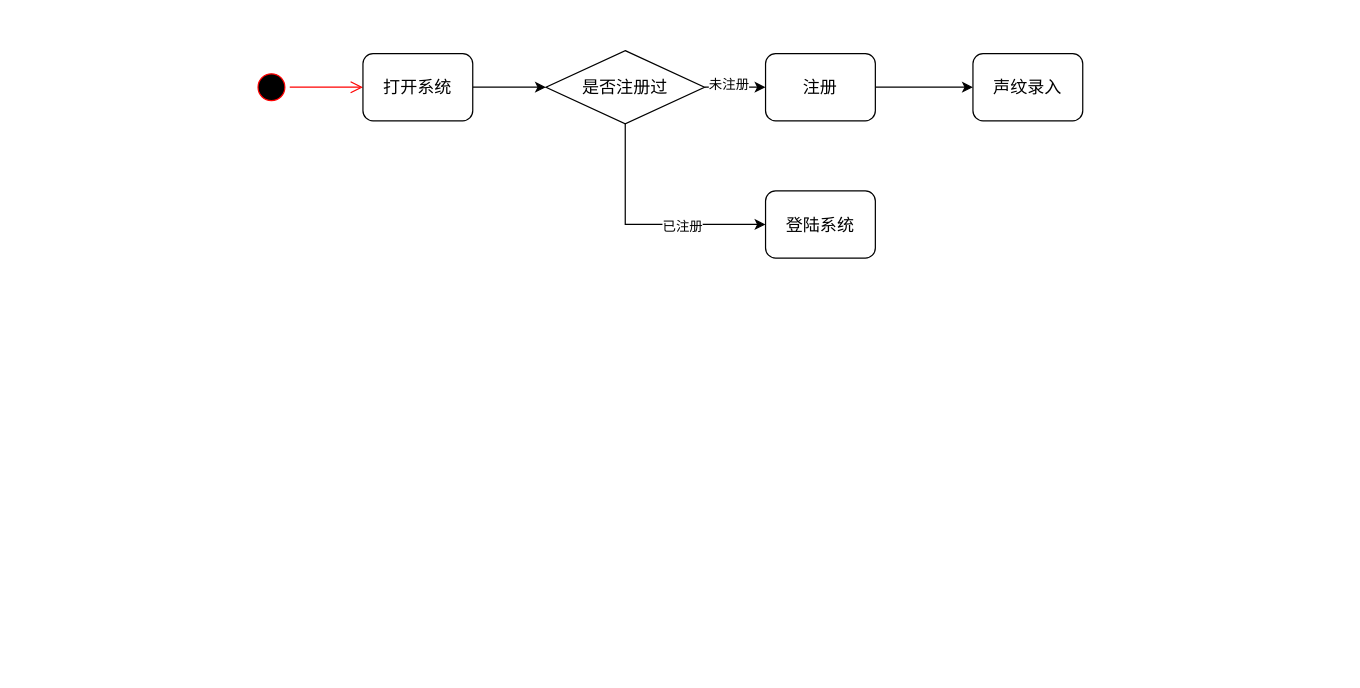
The draw.io diagram 功能模块活动关系图.drawio in Chuhan1112/Chuhan1112.github.io, before the edit. Source tidied: cells renumbered, new cells numbered last; positions are measured from the earlier drawing's top-left corner, leaving out a move shared by most shapes. Both pictures are drawn from the tidied source at 122%, with x=0, y=0 at pixel (253, 50).
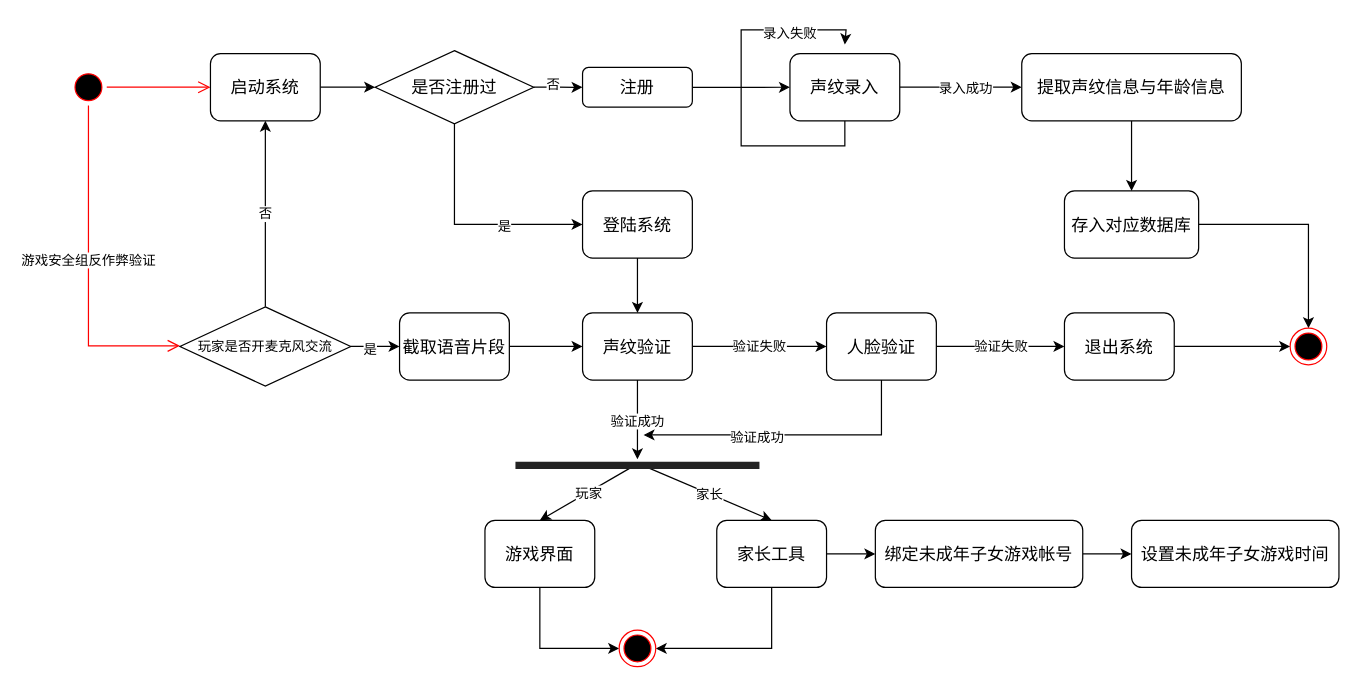
The same diagram, later.

Commit message:
更新功能模块活动关系图.drawio

Unchanged cells that the change refers to:
```xml
<mxCell id="6" style="edgeStyle=orthogonalEdgeStyle;rounded=0;jettySize=auto;html=1;exitX=1;exitY=0.5;exitDx=0;exitDy=0;entryX=0;entryY=0.5;entryDx=0;entryDy=0;" parent="1" edge="1" source="10" target="12">
  <mxGeometry relative="1" as="geometry" />
</mxCell>
<mxCell id="8" style="edgeStyle=orthogonalEdgeStyle;rounded=0;jettySize=auto;html=1;exitX=0.5;exitY=1;exitDx=0;exitDy=0;entryX=0;entryY=0.5;entryDx=0;entryDy=0;" parent="1" edge="1" source="10" target="14">
  <mxGeometry relative="1" as="geometry" />
</mxCell>
```

Diff of the diagram source:
```diff
@@
     <mxCell id="2" style="ellipse;html=1;shape=startState;fillColor=#000000;strokeColor=#ff0000;" parent="1" vertex="1">
-      <mxGeometry y="15" width="30" height="30" as="geometry" />
+      <mxGeometry x="-150" y="15" width="30" height="30" as="geometry" />
     </mxCell>
@@
-    <mxCell id="5" value="&lt;font style=&quot;font-size: 14px;&quot; face=&quot;Lucida Console&quot;&gt;打开系统&lt;/font&gt;" style="rounded=1;whiteSpace=wrap;html=1;" parent="1" vertex="1">
-      <mxGeometry x="90" y="2.5" width="90" height="55" as="geometry" />
+    <mxCell id="5" value="&lt;font style=&quot;font-size: 14px;&quot; face=&quot;Lucida Console&quot;&gt;启动系统&lt;/font&gt;" style="rounded=1;whiteSpace=wrap;html=1;" parent="1" vertex="1">
+      <mxGeometry x="-35" y="2.5" width="90" height="55" as="geometry" />
     </mxCell>
@@
-    <mxCell id="7" value="未注册" style="edgeLabel;html=1;align=center;verticalAlign=middle;" parent="6" vertex="1">
+    <mxCell id="7" value="否" style="edgeLabel;html=1;align=center;verticalAlign=middle;" parent="6" vertex="1">
       <mxGeometry x="-0.24" y="3" relative="1" as="geometry" />
     </mxCell>
@@
-    <mxCell id="9" value="已注册" style="edgeLabel;html=1;align=center;verticalAlign=middle;" parent="8" vertex="1">
+    <mxCell id="9" value="是" style="edgeLabel;html=1;align=center;verticalAlign=middle;" parent="8" vertex="1">
       <mxGeometry x="0.31" relative="1" as="geometry">
         <mxPoint y="1" as="offset" />
       </mxGeometry>
     </mxCell>
     <mxCell id="10" value="&lt;font style=&quot;font-size: 14px;&quot; face=&quot;Lucida Console&quot;&gt;是否注册过&lt;/font&gt;" style="rhombus;whiteSpace=wrap;html=1;" parent="1" vertex="1">
-      <mxGeometry x="240" width="130" height="60" as="geometry" />
+      <mxGeometry x="100" width="130" height="60" as="geometry" />
     </mxCell>
@@
     <mxCell id="12" value="&lt;font face=&quot;Lucida Console&quot;&gt;&lt;span style=&quot;font-size: 14px;&quot;&gt;注册&lt;/span&gt;&lt;/font&gt;" style="rounded=1;whiteSpace=wrap;html=1;" parent="1" vertex="1">
-      <mxGeometry x="420" y="2.5" width="90" height="55" as="geometry" />
+      <mxGeometry x="270" y="13.8" width="90" height="32.5" as="geometry" />
     </mxCell>
+    <mxCell id="15" style="edgeStyle=orthogonalEdgeStyle;rounded=0;jettySize=auto;html=1;exitX=1;exitY=0.5;exitDx=0;exitDy=0;entryX=0;entryY=0.5;entryDx=0;entryDy=0;" parent="1" edge="1" source="13" target="21">
+      <mxGeometry relative="1" as="geometry" />
+    </mxCell>
+    <mxCell id="16" value="录入成功" style="edgeLabel;html=1;align=center;verticalAlign=middle;" parent="15" vertex="1">
+      <mxGeometry x="0.06" relative="1" as="geometry" />
+    </mxCell>
+    <mxCell id="17" style="edgeStyle=orthogonalEdgeStyle;rounded=0;jettySize=auto;html=1;exitX=0.5;exitY=1;exitDx=0;exitDy=0;" parent="1" edge="1" source="13">
+      <mxGeometry relative="1" as="geometry">
+        <mxPoint x="485" y="-5" as="targetPoint" />
+        <Array as="points">
+          <mxPoint x="485" y="78" />
+          <mxPoint x="400" y="78" />
+          <mxPoint x="400" y="-17" />
+          <mxPoint x="486" y="-17" />
+        </Array>
+      </mxGeometry>
+    </mxCell>
+    <mxCell id="18" value="录入失败" style="edgeLabel;html=1;align=center;verticalAlign=middle;" parent="17" vertex="1">
+      <mxGeometry x="0.61" y="-2" relative="1" as="geometry" />
+    </mxCell>
     <mxCell id="13" value="&lt;font face=&quot;Lucida Console&quot;&gt;&lt;span style=&quot;font-size: 14px;&quot;&gt;声纹录入&lt;/span&gt;&lt;/font&gt;" style="rounded=1;whiteSpace=wrap;html=1;" parent="1" vertex="1">
-      <mxGeometry x="590" y="2.5" width="90" height="55" as="geometry" />
+      <mxGeometry x="440" y="2.5" width="90" height="55" as="geometry" />
     </mxCell>
+    <mxCell id="19" style="edgeStyle=orthogonalEdgeStyle;rounded=0;jettySize=auto;html=1;exitX=0.5;exitY=1;exitDx=0;exitDy=0;" parent="1" edge="1" source="14" target="29">
+      <mxGeometry relative="1" as="geometry" />
+    </mxCell>
     <mxCell id="14" value="&lt;font face=&quot;Lucida Console&quot;&gt;&lt;span style=&quot;font-size: 14px;&quot;&gt;登陆系统&lt;/span&gt;&lt;/font&gt;" style="rounded=1;whiteSpace=wrap;html=1;" parent="1" vertex="1">
-      <mxGeometry x="420" y="115" width="90" height="55" as="geometry" />
+      <mxGeometry x="270" y="115" width="90" height="55" as="geometry" />
     </mxCell>
+    <mxCell id="20" style="edgeStyle=orthogonalEdgeStyle;rounded=0;jettySize=auto;html=1;exitX=0.5;exitY=1;exitDx=0;exitDy=0;entryX=0.5;entryY=0;entryDx=0;entryDy=0;" parent="1" edge="1" source="21" target="23">
+      <mxGeometry relative="1" as="geometry" />
+    </mxCell>
+    <mxCell id="21" value="&lt;font face=&quot;Lucida Console&quot;&gt;&lt;span style=&quot;font-size: 14px;&quot;&gt;提取声纹信息与年龄信息&lt;/span&gt;&lt;/font&gt;" style="rounded=1;whiteSpace=wrap;html=1;" parent="1" vertex="1">
+      <mxGeometry x="630" y="2.5" width="180" height="55" as="geometry" />
+    </mxCell>
+    <mxCell id="22" style="edgeStyle=orthogonalEdgeStyle;rounded=0;jettySize=auto;html=1;entryX=0.5;entryY=0;entryDx=0;entryDy=0;" parent="1" edge="1" source="23" target="34">
+      <mxGeometry relative="1" as="geometry" />
+    </mxCell>
+    <mxCell id="23" value="&lt;font face=&quot;Lucida Console&quot;&gt;&lt;span style=&quot;font-size: 14px;&quot;&gt;存入对应数据库&lt;/span&gt;&lt;/font&gt;" style="rounded=1;whiteSpace=wrap;html=1;" parent="1" vertex="1">
+      <mxGeometry x="665" y="115" width="110" height="55" as="geometry" />
+    </mxCell>
+    <mxCell id="24" style="edgeStyle=orthogonalEdgeStyle;rounded=0;jettySize=auto;html=1;exitX=0.5;exitY=1;exitDx=0;exitDy=0;entryX=0;entryY=0.5;entryDx=0;entryDy=0;" parent="1" edge="1" source="25" target="56">
+      <mxGeometry relative="1" as="geometry" />
+    </mxCell>
+    <mxCell id="25" value="&lt;font face=&quot;Lucida Console&quot;&gt;&lt;span style=&quot;font-size: 14px;&quot;&gt;游戏界面&lt;/span&gt;&lt;/font&gt;" style="rounded=1;whiteSpace=wrap;html=1;" parent="1" vertex="1">
+      <mxGeometry x="190" y="385" width="90" height="55" as="geometry" />
+    </mxCell>
+    <mxCell id="26" style="edgeStyle=orthogonalEdgeStyle;rounded=0;jettySize=auto;html=1;exitX=0.5;exitY=1;exitDx=0;exitDy=0;" parent="1" edge="1" source="29">
+      <mxGeometry relative="1" as="geometry">
+        <mxPoint x="315" y="335" as="targetPoint" />
+      </mxGeometry>
+    </mxCell>
+    <mxCell id="27" value="验证成功" style="edgeLabel;html=1;align=center;verticalAlign=middle;" parent="26" vertex="1">
+      <mxGeometry x="-0.01" y="-1" relative="1" as="geometry">
+        <mxPoint y="1" as="offset" />
+      </mxGeometry>
+    </mxCell>
+    <mxCell id="28" value="验证失败" style="edgeStyle=orthogonalEdgeStyle;rounded=0;jettySize=auto;html=1;exitX=1;exitY=0.5;exitDx=0;exitDy=0;entryX=0;entryY=0.5;entryDx=0;entryDy=0;" parent="1" edge="1" source="29" target="33">
+      <mxGeometry relative="1" as="geometry">
+        <Array as="points">
+          <mxPoint x="410" y="243" />
+          <mxPoint x="410" y="243" />
+        </Array>
+      </mxGeometry>
+    </mxCell>
+    <mxCell id="29" value="&lt;font face=&quot;Lucida Console&quot;&gt;&lt;span style=&quot;font-size: 14px;&quot;&gt;声纹验证&lt;/span&gt;&lt;/font&gt;" style="rounded=1;whiteSpace=wrap;html=1;" parent="1" vertex="1">
+      <mxGeometry x="270" y="215" width="90" height="55" as="geometry" />
+    </mxCell>
+    <mxCell id="30" value="验证失败" style="edgeStyle=orthogonalEdgeStyle;rounded=0;jettySize=auto;html=1;exitX=1;exitY=0.5;exitDx=0;exitDy=0;entryX=0;entryY=0.5;entryDx=0;entryDy=0;" parent="1" edge="1" source="33" target="36">
+      <mxGeometry relative="1" as="geometry" />
+    </mxCell>
+    <mxCell id="31" style="edgeStyle=orthogonalEdgeStyle;rounded=0;jettySize=auto;html=1;exitX=0.5;exitY=1;exitDx=0;exitDy=0;" parent="1" edge="1" source="33">
+      <mxGeometry relative="1" as="geometry">
+        <mxPoint x="320" y="315" as="targetPoint" />
+        <Array as="points">
+          <mxPoint x="515" y="315" />
+        </Array>
+      </mxGeometry>
+    </mxCell>
+    <mxCell id="32" value="验证成功" style="edgeLabel;html=1;align=center;verticalAlign=middle;" parent="31" vertex="1">
+      <mxGeometry x="0.23" y="1" relative="1" as="geometry" />
+    </mxCell>
+    <mxCell id="33" value="&lt;font face=&quot;Lucida Console&quot;&gt;&lt;span style=&quot;font-size: 14px;&quot;&gt;人脸验证&lt;/span&gt;&lt;/font&gt;" style="rounded=1;whiteSpace=wrap;html=1;" parent="1" vertex="1">
+      <mxGeometry x="470" y="215" width="90" height="55" as="geometry" />
+    </mxCell>
+    <mxCell id="34" style="ellipse;html=1;shape=endState;fillColor=#000000;strokeColor=#ff0000;" parent="1" vertex="1">
+      <mxGeometry x="850" y="227.5" width="30" height="30" as="geometry" />
+    </mxCell>
+    <mxCell id="35" style="edgeStyle=orthogonalEdgeStyle;rounded=0;jettySize=auto;html=1;entryX=0;entryY=0.5;entryDx=0;entryDy=0;" parent="1" edge="1" source="36" target="34">
+      <mxGeometry relative="1" as="geometry" />
+    </mxCell>
+    <mxCell id="36" value="&lt;font face=&quot;Lucida Console&quot;&gt;&lt;span style=&quot;font-size: 14px;&quot;&gt;退出系统&lt;/span&gt;&lt;/font&gt;" style="rounded=1;whiteSpace=wrap;html=1;" parent="1" vertex="1">
+      <mxGeometry x="665" y="215" width="90" height="55" as="geometry" />
+    </mxCell>
+    <mxCell id="37" style="line;strokeWidth=1;fillColor=none;align=left;verticalAlign=middle;spacingTop=-1;spacingLeft=3;spacingRight=3;labelPosition=right;points=[];portConstraint=eastwest;strokeColor=inherit;" parent="1" vertex="1">
+      <mxGeometry x="287.5" y="335" width="55" height="8" as="geometry" />
+    </mxCell>
+    <mxCell id="38" style="edgeStyle=orthogonalEdgeStyle;rounded=0;jettySize=auto;html=1;exitX=1;exitY=0.5;exitDx=0;exitDy=0;entryX=0;entryY=0.5;entryDx=0;entryDy=0;" parent="1" edge="1" source="40" target="55">
+      <mxGeometry relative="1" as="geometry" />
+    </mxCell>
+    <mxCell id="39" style="edgeStyle=orthogonalEdgeStyle;rounded=0;jettySize=auto;html=1;exitX=0.5;exitY=1;exitDx=0;exitDy=0;entryX=1;entryY=0.5;entryDx=0;entryDy=0;" parent="1" edge="1" source="40" target="56">
+      <mxGeometry relative="1" as="geometry" />
+    </mxCell>
+    <mxCell id="40" value="&lt;font face=&quot;Lucida Console&quot;&gt;&lt;span style=&quot;font-size: 14px;&quot;&gt;家长工具&lt;/span&gt;&lt;/font&gt;" style="rounded=1;whiteSpace=wrap;html=1;" parent="1" vertex="1">
+      <mxGeometry x="380" y="385" width="90" height="55" as="geometry" />
+    </mxCell>
+    <mxCell id="41" style="endArrow=classic;html=1;rounded=0;exitX=0.427;exitY=0.75;exitDx=0;exitDy=0;exitPerimeter=0;entryX=0.5;entryY=0;entryDx=0;entryDy=0;" parent="1" edge="1" source="37" target="25">
+      <mxGeometry relative="1" as="geometry" />
+    </mxCell>
+    <mxCell id="42" value="玩家" style="edgeLabel;html=1;align=center;verticalAlign=middle;" parent="41" vertex="1">
+      <mxGeometry x="-0.05" relative="1" as="geometry" />
+    </mxCell>
+    <mxCell id="43" style="endArrow=classic;html=1;rounded=0;exitX=0.664;exitY=0.875;exitDx=0;exitDy=0;exitPerimeter=0;entryX=0.5;entryY=0;entryDx=0;entryDy=0;" parent="1" edge="1" source="37" target="40">
+      <mxGeometry relative="1" as="geometry" />
+    </mxCell>
+    <mxCell id="44" value="家长" style="edgeLabel;html=1;align=center;verticalAlign=middle;" parent="43" vertex="1">
+      <mxGeometry x="0.01" relative="1" as="geometry">
+        <mxPoint x="-1" as="offset" />
+      </mxGeometry>
+    </mxCell>
+    <mxCell id="45" value="&lt;font face=&quot;Lucida Console&quot;&gt;&lt;span style=&quot;font-size: 14px;&quot;&gt;设置未成年子女游戏时间&lt;/span&gt;&lt;/font&gt;" style="rounded=1;whiteSpace=wrap;html=1;" parent="1" vertex="1">
+      <mxGeometry x="720" y="385" width="170" height="55" as="geometry" />
+    </mxCell>
+    <mxCell id="46" style="shape=line;html=1;strokeWidth=6;strokeColor=#232323;" parent="1" vertex="1">
+      <mxGeometry x="215" y="335" width="200" height="10" as="geometry" />
+    </mxCell>
+    <mxCell id="47" value="游戏安全组反作弊验证" style="edgeStyle=orthogonalEdgeStyle;html=1;verticalAlign=bottom;endArrow=open;endSize=8;strokeColor=#ff0000;rounded=0;exitX=0.5;exitY=1;exitDx=0;exitDy=0;" parent="1" edge="1" source="2">
+      <mxGeometry relative="1" as="geometry">
+        <mxPoint x="-60" y="242" as="targetPoint" />
+        <Array as="points">
+          <mxPoint x="-135" y="242" />
+        </Array>
+      </mxGeometry>
+    </mxCell>
+    <mxCell id="48" style="edgeStyle=orthogonalEdgeStyle;rounded=0;jettySize=auto;html=1;entryX=0;entryY=0.5;entryDx=0;entryDy=0;" parent="1" edge="1" source="51" target="53">
+      <mxGeometry relative="1" as="geometry" />
+    </mxCell>
+    <mxCell id="49" value="是" style="edgeLabel;html=1;align=center;verticalAlign=middle;" parent="48" vertex="1">
+      <mxGeometry x="-0.25" y="-1" relative="1" as="geometry">
+        <mxPoint y="1" as="offset" />
+      </mxGeometry>
+    </mxCell>
+    <mxCell id="50" value="否" style="edgeStyle=orthogonalEdgeStyle;rounded=0;jettySize=auto;html=1;exitX=0.5;exitY=0;exitDx=0;exitDy=0;entryX=0.5;entryY=1;entryDx=0;entryDy=0;" parent="1" edge="1" source="51" target="5">
+      <mxGeometry relative="1" as="geometry">
+        <Array as="points">
+          <mxPoint x="10" y="125" />
+          <mxPoint x="10" y="125" />
+        </Array>
+      </mxGeometry>
+    </mxCell>
+    <mxCell id="51" value="&lt;font style=&quot;font-size: 11px;&quot; face=&quot;Lucida Console&quot;&gt;玩家是否开麦克风交流&lt;/font&gt;" style="rhombus;whiteSpace=wrap;html=1;" parent="1" vertex="1">
+      <mxGeometry x="-60" y="210" width="140" height="65" as="geometry" />
+    </mxCell>
+    <mxCell id="52" style="edgeStyle=orthogonalEdgeStyle;rounded=0;jettySize=auto;html=1;exitX=1;exitY=0.5;exitDx=0;exitDy=0;entryX=0;entryY=0.5;entryDx=0;entryDy=0;" parent="1" edge="1" source="53" target="29">
+      <mxGeometry relative="1" as="geometry" />
+    </mxCell>
+    <mxCell id="53" value="&lt;font face=&quot;Lucida Console&quot;&gt;&lt;span style=&quot;font-size: 14px;&quot;&gt;截取语音片段&lt;/span&gt;&lt;/font&gt;" style="rounded=1;whiteSpace=wrap;html=1;" parent="1" vertex="1">
+      <mxGeometry x="120" y="215" width="90" height="55" as="geometry" />
+    </mxCell>
+    <mxCell id="54" style="edgeStyle=orthogonalEdgeStyle;rounded=0;jettySize=auto;html=1;exitX=1;exitY=0.5;exitDx=0;exitDy=0;" parent="1" edge="1" source="55" target="45">
+      <mxGeometry relative="1" as="geometry" />
+    </mxCell>
+    <mxCell id="55" value="&lt;font face=&quot;Lucida Console&quot;&gt;&lt;span style=&quot;font-size: 14px;&quot;&gt;绑定未成年子女游戏帐号&lt;/span&gt;&lt;/font&gt;" style="rounded=1;whiteSpace=wrap;html=1;" parent="1" vertex="1">
+      <mxGeometry x="510" y="385" width="170" height="55" as="geometry" />
+    </mxCell>
+    <mxCell id="56" style="ellipse;html=1;shape=endState;fillColor=#000000;strokeColor=#ff0000;" parent="1" vertex="1">
+      <mxGeometry x="300" y="475" width="30" height="30" as="geometry" />
+    </mxCell>
```
